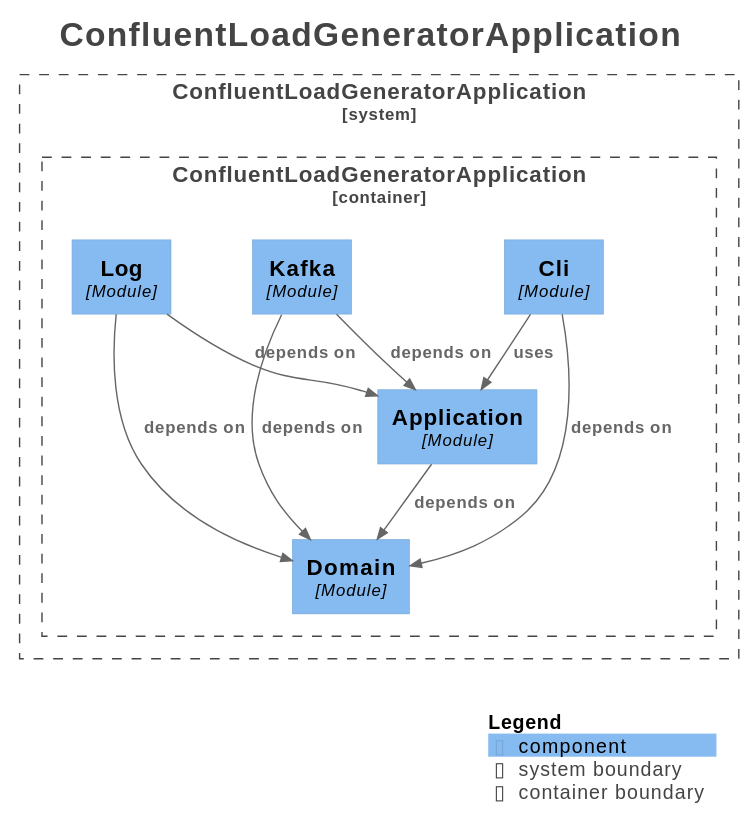
This is docs/generated/architecture/svg/components.svg from Mathmagicians/confluent-eventing-playground, a PlantUML export, as it was before one commit.
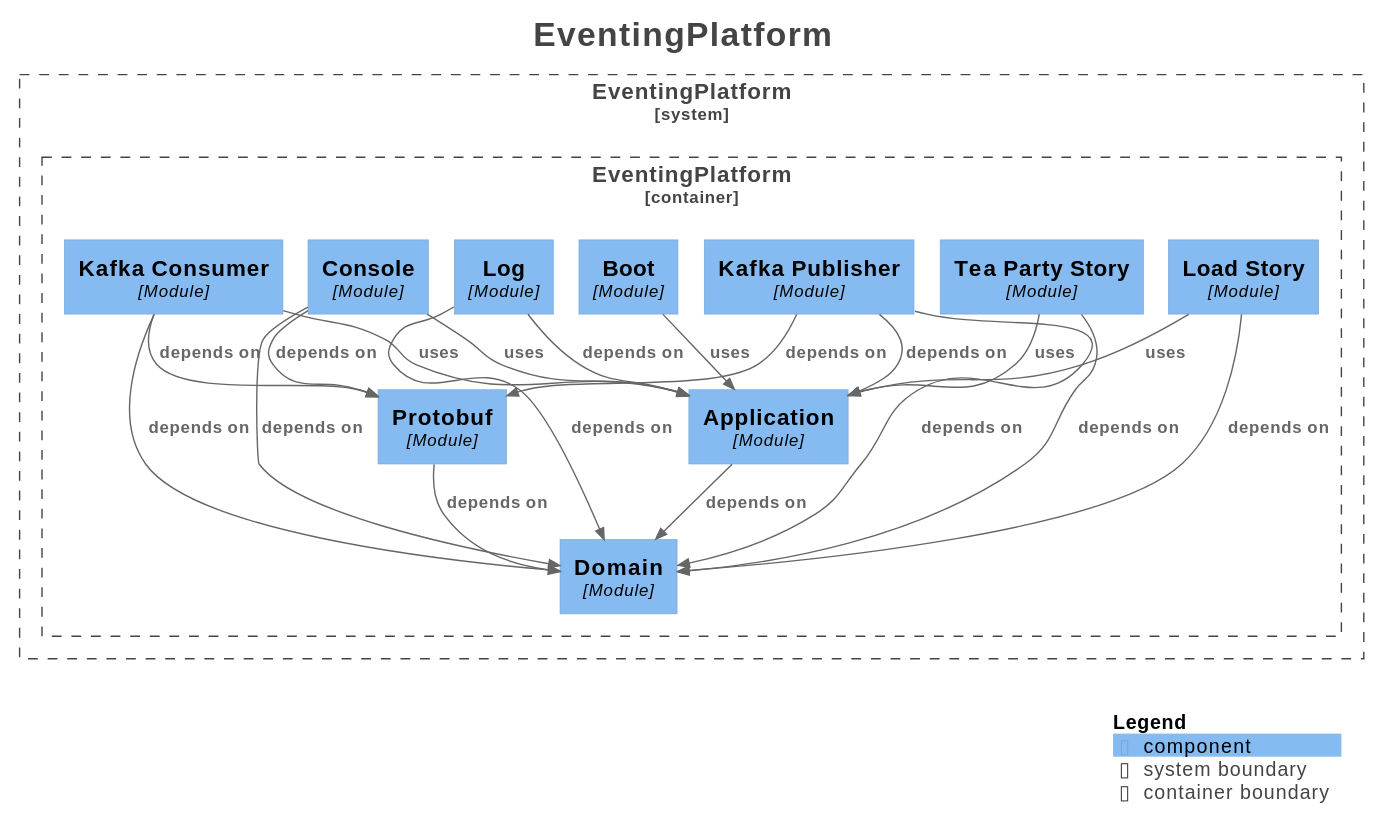
The same file after the commit.

Diff of the diagram source:
```diff
@@ -1,6 +1,6 @@
 @startuml
 !pragma layout smetana
-title <size:24>ConfluentLoadGeneratorApplication</size>
+title <size:24>EventingPlatform</size>
 
 set separator none
 top to bottom direction
@@ -16,24 +16,40 @@
 !include <C4/C4_Context>
 !include <C4/C4_Component>
 
-System_Boundary("ConfluentLoadGeneratorApplication_boundary", "ConfluentLoadGeneratorApplication", $tags="") {
-  Container_Boundary("ConfluentLoadGeneratorApplication.ConfluentLoadGeneratorApplication_boundary", "ConfluentLoadGeneratorApplication", $tags="") {
-    Component(ConfluentLoadGeneratorApplication.ConfluentLoadGeneratorApplication.Domain, "Domain", $techn="Module", $descr="", $tags="", $link="")
-    Component(ConfluentLoadGeneratorApplication.ConfluentLoadGeneratorApplication.Application, "Application", $techn="Module", $descr="", $tags="", $link="")
-    Component(ConfluentLoadGeneratorApplication.ConfluentLoadGeneratorApplication.Cli, "Cli", $techn="Module", $descr="", $tags="", $link="")
-    Component(ConfluentLoadGeneratorApplication.ConfluentLoadGeneratorApplication.Kafka, "Kafka", $techn="Module", $descr="", $tags="", $link="")
-    Component(ConfluentLoadGeneratorApplication.ConfluentLoadGeneratorApplication.Log, "Log", $techn="Module", $descr="", $tags="", $link="")
+System_Boundary("EventingPlatform_boundary", "EventingPlatform", $tags="") {
+  Container_Boundary("EventingPlatform.EventingPlatform_boundary", "EventingPlatform", $tags="") {
+    Component(EventingPlatform.EventingPlatform.KafkaPublisher, "Kafka Publisher", $techn="Module", $descr="", $tags="", $link="")
+    Component(EventingPlatform.EventingPlatform.LoadStory, "Load Story", $techn="Module", $descr="", $tags="", $link="")
+    Component(EventingPlatform.EventingPlatform.TeaPartyStory, "Tea Party Story", $techn="Module", $descr="", $tags="", $link="")
+    Component(EventingPlatform.EventingPlatform.Domain, "Domain", $techn="Module", $descr="", $tags="", $link="")
+    Component(EventingPlatform.EventingPlatform.Protobuf, "Protobuf", $techn="Module", $descr="", $tags="", $link="")
+    Component(EventingPlatform.EventingPlatform.Application, "Application", $techn="Module", $descr="", $tags="", $link="")
+    Component(EventingPlatform.EventingPlatform.Boot, "Boot", $techn="Module", $descr="", $tags="", $link="")
+    Component(EventingPlatform.EventingPlatform.Console, "Console", $techn="Module", $descr="", $tags="", $link="")
+    Component(EventingPlatform.EventingPlatform.Log, "Log", $techn="Module", $descr="", $tags="", $link="")
+    Component(EventingPlatform.EventingPlatform.KafkaConsumer, "Kafka Consumer", $techn="Module", $descr="", $tags="", $link="")
   }
 
 }
 
-Rel(ConfluentLoadGeneratorApplication.ConfluentLoadGeneratorApplication.Kafka, ConfluentLoadGeneratorApplication.ConfluentLoadGeneratorApplication.Domain, "depends on", $techn="", $tags="", $link="")
-Rel(ConfluentLoadGeneratorApplication.ConfluentLoadGeneratorApplication.Kafka, ConfluentLoadGeneratorApplication.ConfluentLoadGeneratorApplication.Application, "depends on", $techn="", $tags="", $link="")
-Rel(ConfluentLoadGeneratorApplication.ConfluentLoadGeneratorApplication.Application, ConfluentLoadGeneratorApplication.ConfluentLoadGeneratorApplication.Domain, "depends on", $techn="", $tags="", $link="")
-Rel(ConfluentLoadGeneratorApplication.ConfluentLoadGeneratorApplication.Cli, ConfluentLoadGeneratorApplication.ConfluentLoadGeneratorApplication.Domain, "depends on", $techn="", $tags="", $link="")
-Rel(ConfluentLoadGeneratorApplication.ConfluentLoadGeneratorApplication.Cli, ConfluentLoadGeneratorApplication.ConfluentLoadGeneratorApplication.Application, "uses", $techn="", $tags="", $link="")
-Rel(ConfluentLoadGeneratorApplication.ConfluentLoadGeneratorApplication.Log, ConfluentLoadGeneratorApplication.ConfluentLoadGeneratorApplication.Domain, "depends on", $techn="", $tags="", $link="")
-Rel(ConfluentLoadGeneratorApplication.ConfluentLoadGeneratorApplication.Log, ConfluentLoadGeneratorApplication.ConfluentLoadGeneratorApplication.Application, "depends on", $techn="", $tags="", $link="")
+Rel(EventingPlatform.EventingPlatform.KafkaConsumer, EventingPlatform.EventingPlatform.Domain, "depends on", $techn="", $tags="", $link="")
+Rel(EventingPlatform.EventingPlatform.KafkaConsumer, EventingPlatform.EventingPlatform.Protobuf, "depends on", $techn="", $tags="", $link="")
+Rel(EventingPlatform.EventingPlatform.KafkaConsumer, EventingPlatform.EventingPlatform.Application, "uses", $techn="", $tags="", $link="")
+Rel(EventingPlatform.EventingPlatform.Application, EventingPlatform.EventingPlatform.Domain, "depends on", $techn="", $tags="", $link="")
+Rel(EventingPlatform.EventingPlatform.Console, EventingPlatform.EventingPlatform.Protobuf, "depends on", $techn="", $tags="", $link="")
+Rel(EventingPlatform.EventingPlatform.Console, EventingPlatform.EventingPlatform.Domain, "depends on", $techn="", $tags="", $link="")
+Rel(EventingPlatform.EventingPlatform.Console, EventingPlatform.EventingPlatform.Application, "uses", $techn="", $tags="", $link="")
+Rel(EventingPlatform.EventingPlatform.TeaPartyStory, EventingPlatform.EventingPlatform.Domain, "depends on", $techn="", $tags="", $link="")
+Rel(EventingPlatform.EventingPlatform.TeaPartyStory, EventingPlatform.EventingPlatform.Application, "uses", $techn="", $tags="", $link="")
+Rel(EventingPlatform.EventingPlatform.KafkaPublisher, EventingPlatform.EventingPlatform.Domain, "depends on", $techn="", $tags="", $link="")
+Rel(EventingPlatform.EventingPlatform.KafkaPublisher, EventingPlatform.EventingPlatform.Protobuf, "depends on", $techn="", $tags="", $link="")
+Rel(EventingPlatform.EventingPlatform.KafkaPublisher, EventingPlatform.EventingPlatform.Application, "depends on", $techn="", $tags="", $link="")
+Rel(EventingPlatform.EventingPlatform.Log, EventingPlatform.EventingPlatform.Domain, "depends on", $techn="", $tags="", $link="")
+Rel(EventingPlatform.EventingPlatform.Log, EventingPlatform.EventingPlatform.Application, "depends on", $techn="", $tags="", $link="")
+Rel(EventingPlatform.EventingPlatform.Boot, EventingPlatform.EventingPlatform.Application, "uses", $techn="", $tags="", $link="")
+Rel(EventingPlatform.EventingPlatform.LoadStory, EventingPlatform.EventingPlatform.Domain, "depends on", $techn="", $tags="", $link="")
+Rel(EventingPlatform.EventingPlatform.LoadStory, EventingPlatform.EventingPlatform.Application, "uses", $techn="", $tags="", $link="")
+Rel(EventingPlatform.EventingPlatform.Protobuf, EventingPlatform.EventingPlatform.Domain, "depends on", $techn="", $tags="", $link="")
 
 SHOW_LEGEND(true)
 hide stereotypes
```
